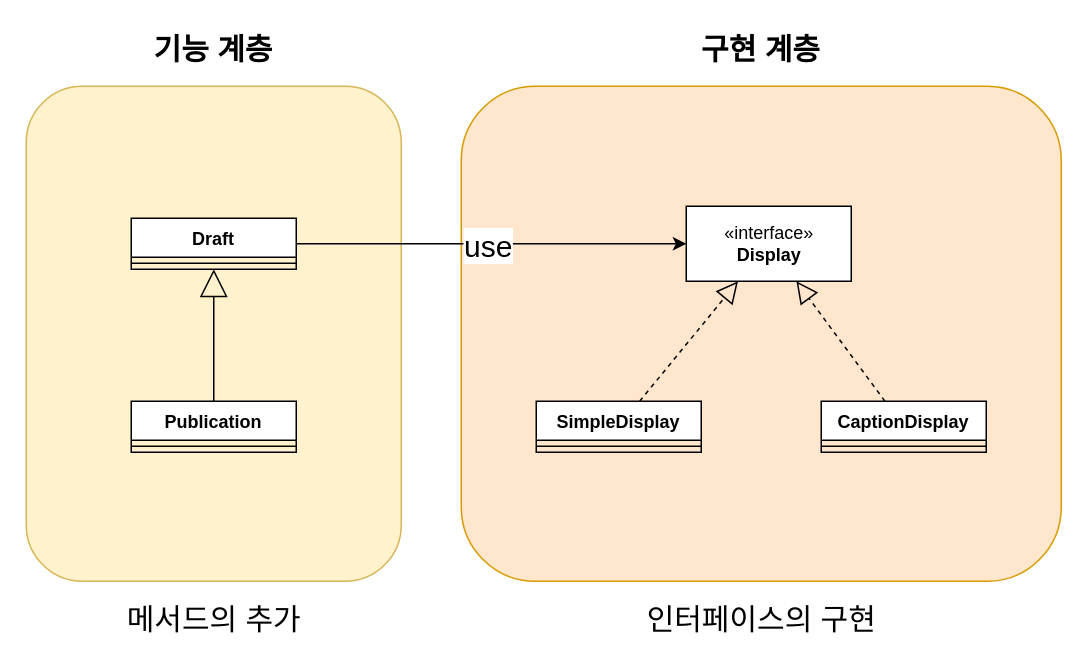
The draw.io diagram Bridge.drawio in wansook0316/DesignPattern-08-Bridge, before the edit. Source tidied: cells renumbered, new cells numbered last; positions are measured from the earlier drawing's top-left corner, leaving out a move shared by most shapes. Both pictures are drawn from the tidied source at 150%, with x=0, y=0 at pixel (26, 26).
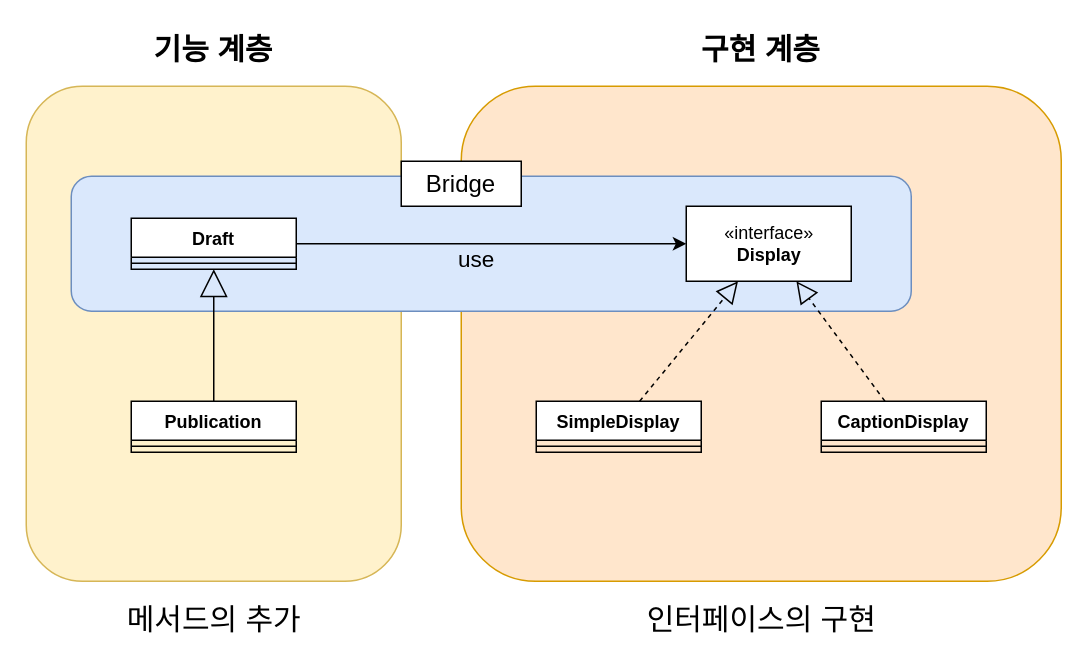
The same diagram, later.

The change refers to these unchanged cells:
```xml
<mxCell id="4" style="edgeStyle=orthogonalEdgeStyle;rounded=0;jettySize=auto;html=1;fontSize=20;" parent="1" edge="1" source="6" target="14">
  <mxGeometry relative="1" as="geometry" />
</mxCell>
```

What changed in the source:
```diff
@@
+    <mxCell id="22" style="rounded=1;whiteSpace=wrap;html=1;fontSize=16;fillColor=#dae8fc;strokeColor=#6c8ebf;" parent="1" vertex="1">
+      <mxGeometry x="30" y="100" width="560" height="90" as="geometry" />
+    </mxCell>
@@
-    <mxCell id="5" value="use" style="edgeLabel;html=1;align=center;verticalAlign=middle;fontSize=20;" parent="4" vertex="1">
-      <mxGeometry x="-0.02" relative="1" as="geometry" />
+    <mxCell id="5" value="use" style="edgeLabel;html=1;align=center;verticalAlign=middle;fontSize=15;labelBackgroundColor=none;" parent="4" vertex="1">
+      <mxGeometry x="-0.02" relative="1" as="geometry">
+        <mxPoint x="-8" y="9" as="offset" />
+      </mxGeometry>
     </mxCell>
@@
+    <mxCell id="23" value="Bridge" style="text;html=1;strokeColor=default;fillColor=default;align=center;verticalAlign=middle;whiteSpace=wrap;rounded=0;fontSize=16;" parent="1" vertex="1">
+      <mxGeometry x="250" y="90" width="80" height="30" as="geometry" />
+    </mxCell>
```
